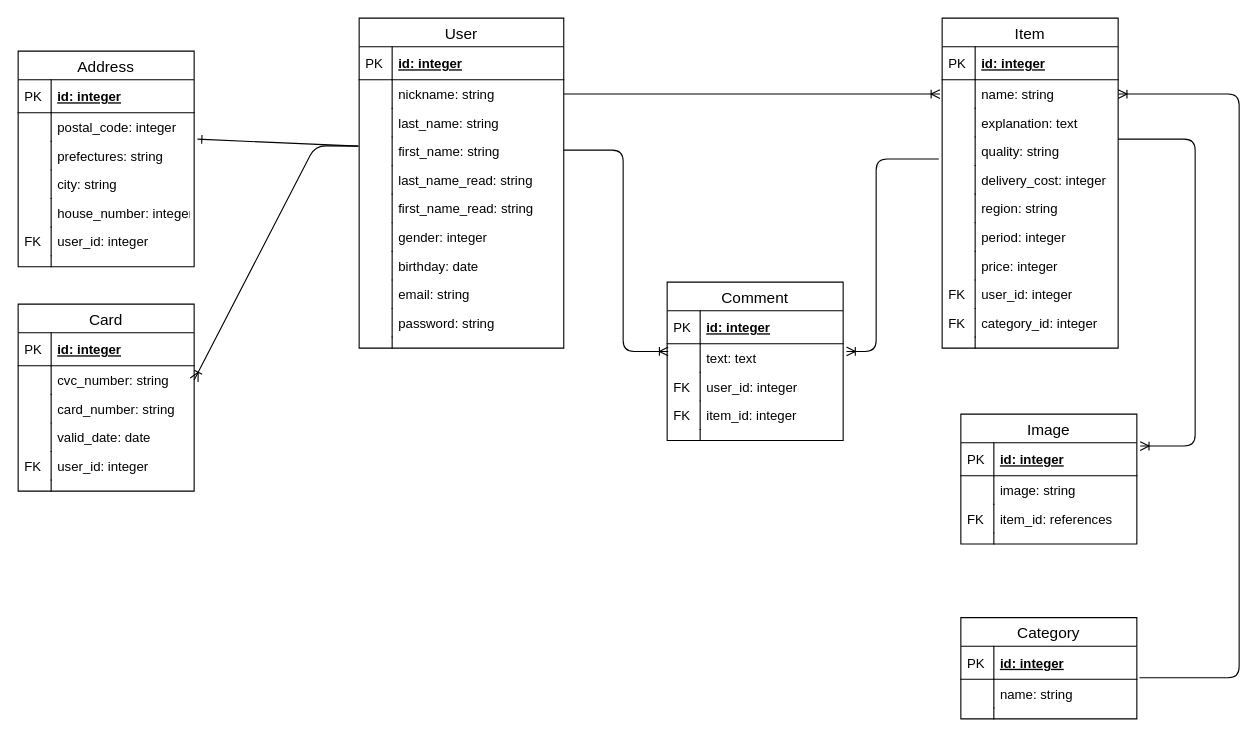
saihalkiki/fleamarket_sample_79d keeps this draw.io diagram as test.drawio. Above is the earlier version. Source tidied: cells renumbered, new cells numbered last; positions are measured from the earlier drawing's top-left corner, leaving out a move shared by most shapes. Both pictures are drawn from the tidied source at 110%, with x=0, y=0 at pixel (18, 18).
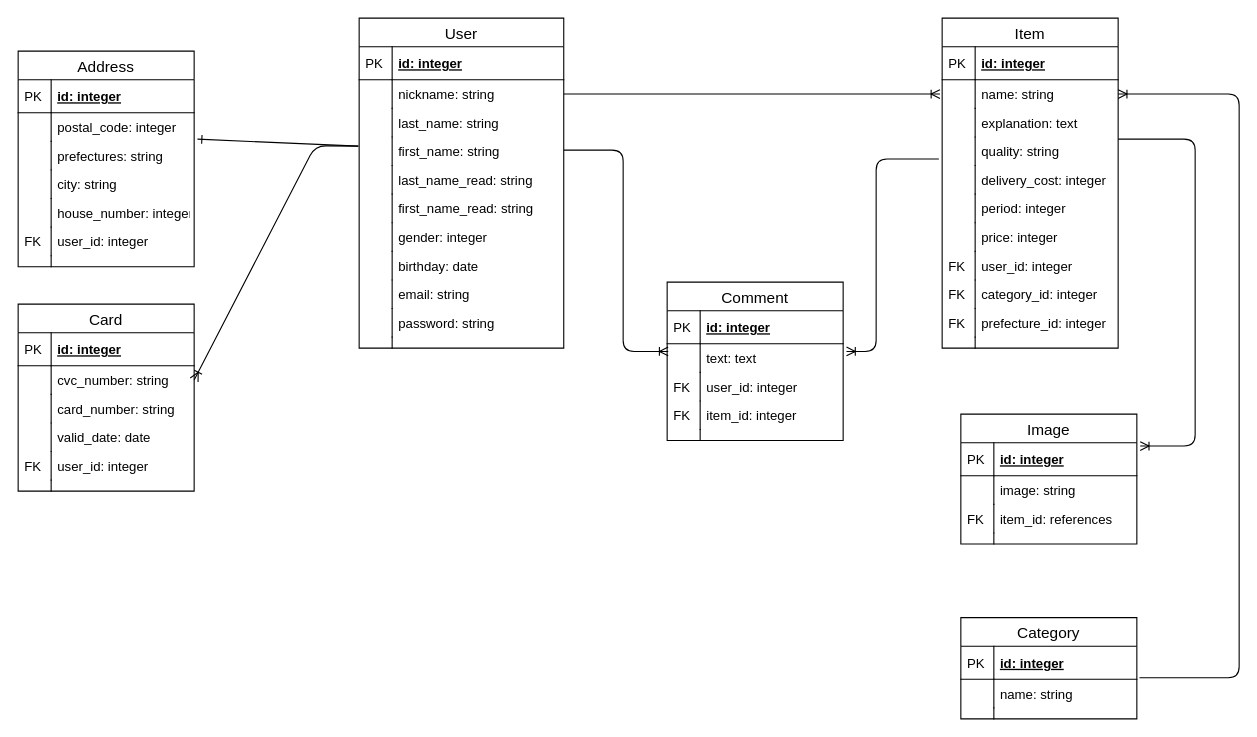
The same diagram, later.

The change refers to these unchanged cells:
```xml
<mxCell id="76" value="Item" style="swimlane;fontStyle=0;horizontal=1;startSize=26;align=center;fontSize=14;html=0;" parent="1" vertex="1">
  <mxGeometry x="840" width="160" height="300" as="geometry" />
</mxCell>
```

Diff of the diagram source:
```diff
@@
-    <mxCell id="87" value="region: string" style="shape=partialRectangle;top=0;left=0;right=0;bottom=0;align=left;verticalAlign=top;fillColor=none;spacingLeft=34;spacingRight=4;overflow=hidden;fontSize=12;" parent="76" vertex="1">
-      <mxGeometry y="160" width="160" height="26" as="geometry" />
-    </mxCell>
-    <mxCell id="88" style="shape=partialRectangle;top=0;left=0;bottom=0;fillColor=none;align=left;verticalAlign=top;spacingLeft=4;spacingRight=4;overflow=hidden;fontSize=12;" parent="87" vertex="1">
-      <mxGeometry width="30" height="26" as="geometry" />
-    </mxCell>
     <mxCell id="89" value="period: integer" style="shape=partialRectangle;top=0;left=0;right=0;bottom=0;align=left;verticalAlign=top;fillColor=none;spacingLeft=34;spacingRight=4;overflow=hidden;fontSize=12;" parent="76" vertex="1">
-      <mxGeometry y="186" width="160" height="26" as="geometry" />
+      <mxGeometry y="160" width="160" height="26" as="geometry" />
     </mxCell>
@@
     <mxCell id="91" value="price: integer" style="shape=partialRectangle;top=0;left=0;right=0;bottom=0;align=left;verticalAlign=top;fillColor=none;spacingLeft=34;spacingRight=4;overflow=hidden;fontSize=12;" parent="76" vertex="1">
-      <mxGeometry y="212" width="160" height="26" as="geometry" />
+      <mxGeometry y="186" width="160" height="26" as="geometry" />
     </mxCell>
@@
     <mxCell id="93" value="user_id: integer" style="shape=partialRectangle;top=0;left=0;right=0;bottom=0;align=left;verticalAlign=top;fillColor=none;spacingLeft=34;spacingRight=4;overflow=hidden;fontSize=12;" parent="76" vertex="1">
-      <mxGeometry y="238" width="160" height="26" as="geometry" />
+      <mxGeometry y="212" width="160" height="26" as="geometry" />
     </mxCell>
@@
     <mxCell id="95" value="category_id: integer" style="shape=partialRectangle;top=0;left=0;right=0;bottom=0;align=left;verticalAlign=top;fillColor=none;spacingLeft=34;spacingRight=4;overflow=hidden;fontSize=12;" parent="76" vertex="1">
-      <mxGeometry y="264" width="160" height="26" as="geometry" />
+      <mxGeometry y="238" width="160" height="26" as="geometry" />
     </mxCell>
@@
+    <mxCell id="110" value="prefecture_id: integer" style="shape=partialRectangle;top=0;left=0;right=0;bottom=0;align=left;verticalAlign=top;fillColor=none;spacingLeft=34;spacingRight=4;overflow=hidden;fontSize=12;" parent="76" vertex="1">
+      <mxGeometry y="264" width="160" height="26" as="geometry" />
+    </mxCell>
+    <mxCell id="111" value="FK" style="shape=partialRectangle;top=0;left=0;bottom=0;fillColor=none;align=left;verticalAlign=top;spacingLeft=4;spacingRight=4;overflow=hidden;fontSize=12;" parent="110" vertex="1">
+      <mxGeometry width="30" height="26" as="geometry" />
+    </mxCell>
```
